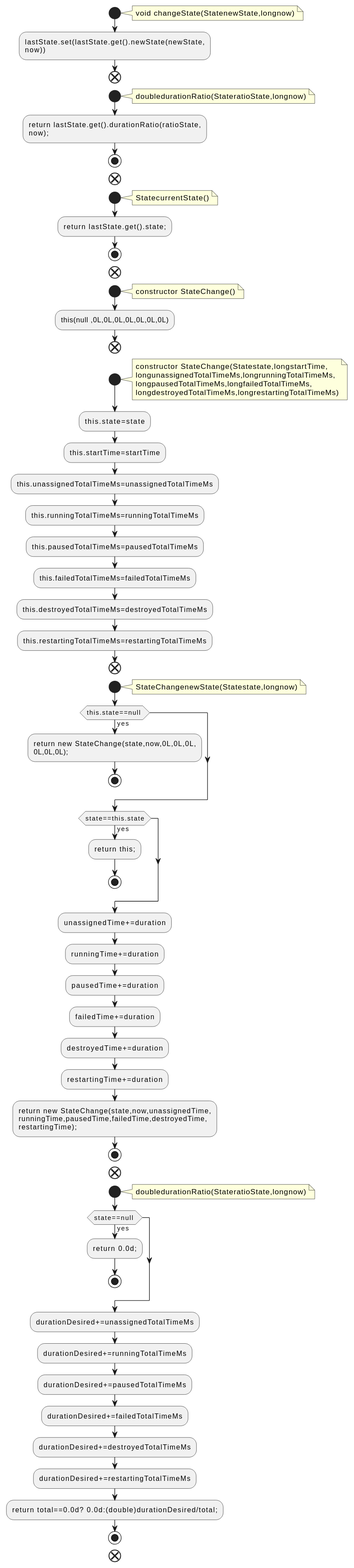
Earlier version of the PlantUML export docs/qc/connect/runtime/src/main/java/org/apache/kafka/connect/runtime/StateTracker.java.fct.svg (qualitesys/kafka).
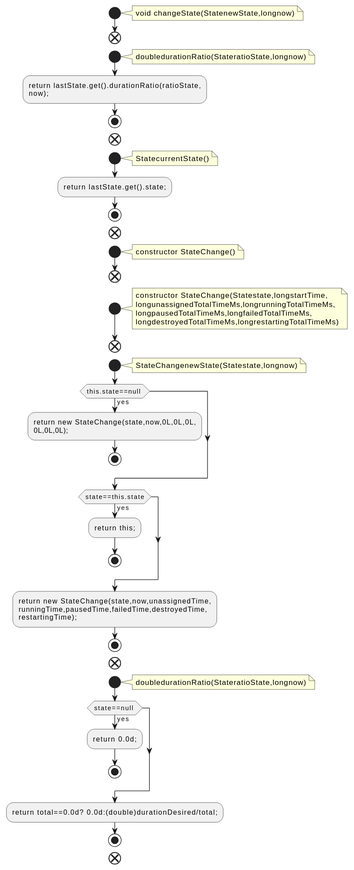
Later version of the same file.

Diff of the diagram source:
```diff
@@ -4,8 +4,6 @@
 note right
 void changeState(StatenewState,longnow)
 end note
-:lastState.set(lastState.get().newState(newState,
-now));
 end
 start
 note right
@@ -26,7 +24,6 @@
 note right
 constructor StateChange()
 end note
-:this(null ,0L,0L,0L,0L,0L,0L,0L);
 end
 start
 note right
@@ -35,14 +32,6 @@
 longpausedTotalTimeMs,longfailedTotalTimeMs,
 longdestroyedTotalTimeMs,longrestartingTotalTimeMs)
 end note
-:this.state=state;
-:this.startTime=startTime;
-:this.unassignedTotalTimeMs=unassignedTotalTimeMs;
-:this.runningTotalTimeMs=runningTotalTimeMs;
-:this.pausedTotalTimeMs=pausedTotalTimeMs;
-:this.failedTotalTimeMs=failedTotalTimeMs;
-:this.destroyedTotalTimeMs=destroyedTotalTimeMs;
-:this.restartingTotalTimeMs=restartingTotalTimeMs;
 end
 start
 note right
@@ -57,12 +46,6 @@
 :return this;;
 stop
 endif
-:unassignedTime+=duration;
-:runningTime+=duration;
-:pausedTime+=duration;
-:failedTime+=duration;
-:destroyedTime+=duration;
-:restartingTime+=duration;
 :return new StateChange(state,now,unassignedTime,
 runningTime,pausedTime,failedTime,destroyedTime,
 restartingTime);;
@@ -76,12 +59,6 @@
 :return 0.0d;;
 stop
 endif
-:durationDesired+=unassignedTotalTimeMs;
-:durationDesired+=runningTotalTimeMs;
-:durationDesired+=pausedTotalTimeMs;
-:durationDesired+=failedTotalTimeMs;
-:durationDesired+=destroyedTotalTimeMs;
-:durationDesired+=restartingTotalTimeMs;
 :return total==0.0d? 0.0d:(double)durationDesired/total;;
 stop
 end
```
